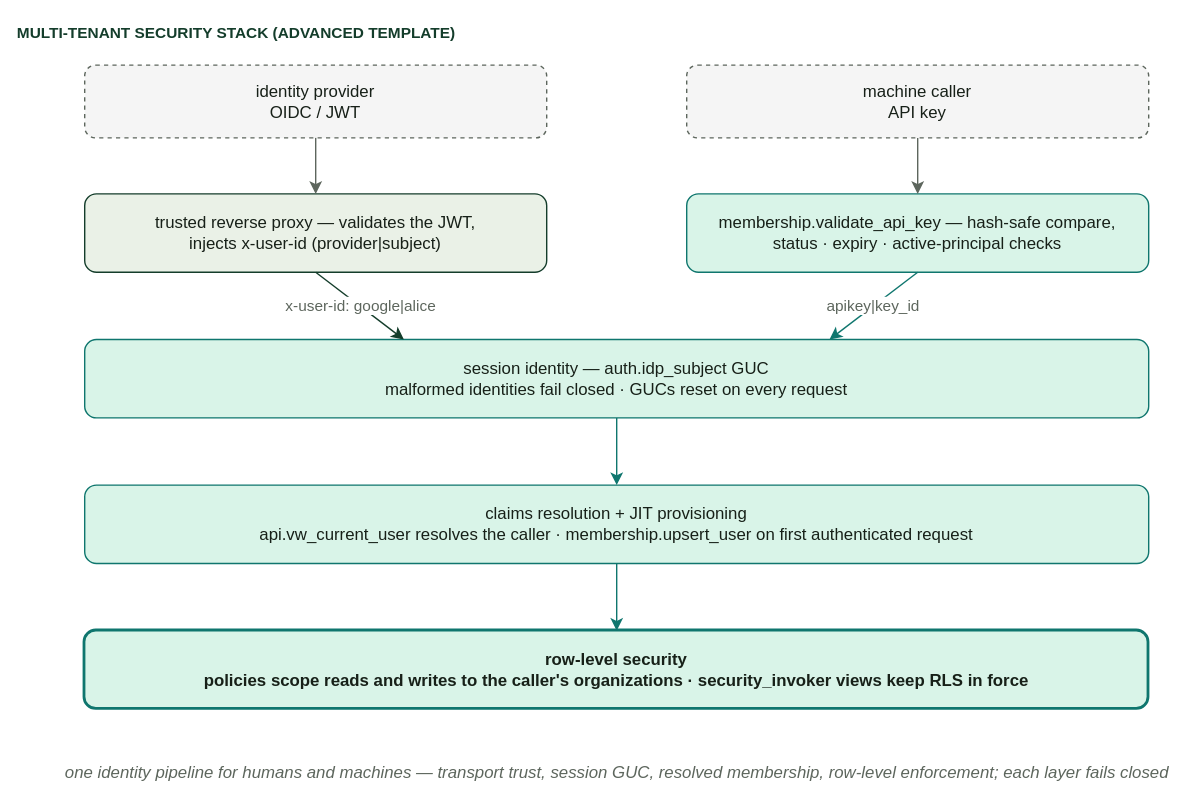
vvka-141/pgmi keeps this draw.io diagram as docs/diagrams/d13-security-stack.drawio.svg. Above is the earlier version. Source tidied: cells renumbered, new cells last; positions are measured from the earlier drawing's top-left corner, leaving out a move shared by most shapes. Its diagram source:
```xml
<mxGraphModel background="#fbfaf7">
  <root>
    <mxCell id="0" />
    <mxCell id="1" parent="0" />
    <mxCell id="2" value="MULTI-TENANT SECURITY STACK (ADVANCED TEMPLATE)" style="text;html=1;align=left;fontStyle=1;fontSize=11;fontColor=#143d2b;" parent="1" vertex="1">
      <mxGeometry width="420" height="20" as="geometry" />
    </mxCell>
    <mxCell id="3" value="identity provider&#10;OIDC / JWT" style="rounded=1;whiteSpace=wrap;html=1;fillColor=#f5f5f5;strokeColor=#5d665d;dashed=1;fontColor=#172018;fontSize=12;" parent="1" vertex="1">
      <mxGeometry x="50" y="36" width="330" height="52" as="geometry" />
    </mxCell>
    <mxCell id="4" value="machine caller&#10;API key" style="rounded=1;whiteSpace=wrap;html=1;fillColor=#f5f5f5;strokeColor=#5d665d;dashed=1;fontColor=#172018;fontSize=12;" parent="1" vertex="1">
      <mxGeometry x="480" y="36" width="330" height="52" as="geometry" />
    </mxCell>
    <mxCell id="5" value="trusted reverse proxy — validates the JWT,&#10;injects x-user-id (provider|subject)" style="rounded=1;whiteSpace=wrap;html=1;fillColor=#eaf1e7;strokeColor=#143d2b;fontColor=#172018;fontSize=12;" parent="1" vertex="1">
      <mxGeometry x="50" y="128" width="330" height="56" as="geometry" />
    </mxCell>
    <mxCell id="6" value="membership.validate_api_key — hash-safe compare,&#10;status · expiry · active-principal checks" style="rounded=1;whiteSpace=wrap;html=1;fillColor=#d9f4e8;strokeColor=#0f766e;fontColor=#172018;fontSize=12;" parent="1" vertex="1">
      <mxGeometry x="480" y="128" width="330" height="56" as="geometry" />
    </mxCell>
    <mxCell id="7" value="session identity — auth.idp_subject GUC&#10;malformed identities fail closed · GUCs reset on every request" style="rounded=1;whiteSpace=wrap;html=1;fillColor=#d9f4e8;strokeColor=#0f766e;fontColor=#172018;fontSize=12;" parent="1" vertex="1">
      <mxGeometry x="50" y="232" width="760" height="56" as="geometry" />
    </mxCell>
    <mxCell id="8" value="claims resolution + JIT provisioning&#10;api.vw_current_user resolves the caller · membership.upsert_user on first authenticated request" style="rounded=1;whiteSpace=wrap;html=1;fillColor=#d9f4e8;strokeColor=#0f766e;fontColor=#172018;fontSize=12;" parent="1" vertex="1">
      <mxGeometry x="50" y="336" width="760" height="56" as="geometry" />
    </mxCell>
    <mxCell id="9" value="row-level security&#10;policies scope reads and writes to the caller's organizations · security_invoker views keep RLS in force" style="rounded=1;whiteSpace=wrap;html=1;fillColor=#d9f4e8;strokeColor=#0f766e;strokeWidth=2;fontColor=#172018;fontStyle=1;fontSize=12;" parent="1" vertex="1">
      <mxGeometry x="50" y="440" width="760" height="56" as="geometry" />
    </mxCell>
    <mxCell id="10" style="html=1;endArrow=classic;strokeColor=#5d665d;exitX=0.5;exitY=1;entryX=0.5;entryY=0;" parent="1" edge="1" source="3" target="5">
      <mxGeometry relative="1" as="geometry" />
    </mxCell>
    <mxCell id="11" style="html=1;endArrow=classic;strokeColor=#5d665d;exitX=0.5;exitY=1;entryX=0.5;entryY=0;" parent="1" edge="1" source="4" target="6">
      <mxGeometry relative="1" as="geometry" />
    </mxCell>
    <mxCell id="12" value="x-user-id: google|alice" style="html=1;endArrow=classic;strokeColor=#143d2b;fontColor=#5d665d;fontSize=11;exitX=0.5;exitY=1;entryX=0.3;entryY=0;" parent="1" edge="1" source="5" target="7">
      <mxGeometry relative="1" as="geometry" />
    </mxCell>
    <mxCell id="13" value="apikey|key_id" style="html=1;endArrow=classic;strokeColor=#0f766e;fontColor=#5d665d;fontSize=11;exitX=0.5;exitY=1;entryX=0.7;entryY=0;" parent="1" edge="1" source="6" target="7">
      <mxGeometry relative="1" as="geometry" />
    </mxCell>
    <mxCell id="14" style="html=1;endArrow=classic;strokeColor=#0f766e;exitX=0.5;exitY=1;entryX=0.5;entryY=0;" parent="1" edge="1" source="7" target="8">
      <mxGeometry relative="1" as="geometry" />
    </mxCell>
    <mxCell id="15" style="html=1;endArrow=classic;strokeColor=#0f766e;exitX=0.5;exitY=1;entryX=0.5;entryY=0;" parent="1" edge="1" source="8" target="9">
      <mxGeometry relative="1" as="geometry" />
    </mxCell>
    <mxCell id="16" value="one identity pipeline for humans and machines — transport trust, session GUC, resolved membership, row-level enforcement; each layer fails closed" style="text;html=1;align=center;fontStyle=2;fontSize=12;fontColor=#5d665d;" parent="1" vertex="1">
      <mxGeometry x="50" y="528" width="760" height="20" as="geometry" />
    </mxCell>
  </root>
</mxGraphModel>
```
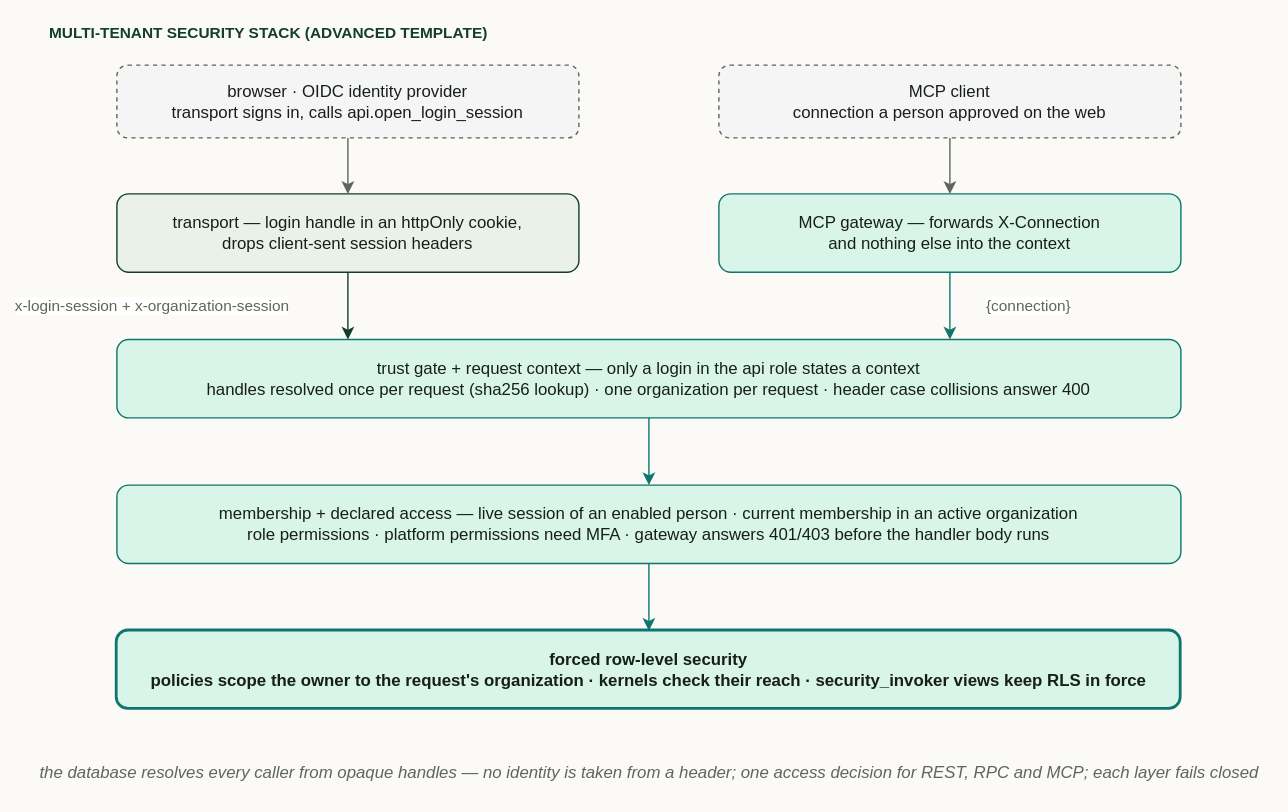
After the commit.

Diff of the diagram source:
```diff
@@ -5,46 +5,50 @@
     <mxCell id="2" value="MULTI-TENANT SECURITY STACK (ADVANCED TEMPLATE)" style="text;html=1;align=left;fontStyle=1;fontSize=11;fontColor=#143d2b;" parent="1" vertex="1">
       <mxGeometry width="420" height="20" as="geometry" />
     </mxCell>
-    <mxCell id="3" value="identity provider&#10;OIDC / JWT" style="rounded=1;whiteSpace=wrap;html=1;fillColor=#f5f5f5;strokeColor=#5d665d;dashed=1;fontColor=#172018;fontSize=12;" parent="1" vertex="1">
+    <mxCell id="3" value="browser · OIDC identity provider&#10;transport signs in, calls api.open_login_session" style="rounded=1;whiteSpace=wrap;html=1;fillColor=#f5f5f5;strokeColor=#5d665d;dashed=1;fontColor=#172018;fontSize=12;" parent="1" vertex="1">
       <mxGeometry x="50" y="36" width="330" height="52" as="geometry" />
     </mxCell>
-    <mxCell id="4" value="machine caller&#10;API key" style="rounded=1;whiteSpace=wrap;html=1;fillColor=#f5f5f5;strokeColor=#5d665d;dashed=1;fontColor=#172018;fontSize=12;" parent="1" vertex="1">
+    <mxCell id="4" value="MCP client&#10;connection a person approved on the web" style="rounded=1;whiteSpace=wrap;html=1;fillColor=#f5f5f5;strokeColor=#5d665d;dashed=1;fontColor=#172018;fontSize=12;" parent="1" vertex="1">
       <mxGeometry x="480" y="36" width="330" height="52" as="geometry" />
     </mxCell>
-    <mxCell id="5" value="trusted reverse proxy — validates the JWT,&#10;injects x-user-id (provider|subject)" style="rounded=1;whiteSpace=wrap;html=1;fillColor=#eaf1e7;strokeColor=#143d2b;fontColor=#172018;fontSize=12;" parent="1" vertex="1">
+    <mxCell id="5" value="transport — login handle in an httpOnly cookie,&#10;drops client-sent session headers" style="rounded=1;whiteSpace=wrap;html=1;fillColor=#eaf1e7;strokeColor=#143d2b;fontColor=#172018;fontSize=12;" parent="1" vertex="1">
       <mxGeometry x="50" y="128" width="330" height="56" as="geometry" />
     </mxCell>
-    <mxCell id="6" value="membership.validate_api_key — hash-safe compare,&#10;status · expiry · active-principal checks" style="rounded=1;whiteSpace=wrap;html=1;fillColor=#d9f4e8;strokeColor=#0f766e;fontColor=#172018;fontSize=12;" parent="1" vertex="1">
+    <mxCell id="6" value="MCP gateway — forwards X-Connection&#10;and nothing else into the context" style="rounded=1;whiteSpace=wrap;html=1;fillColor=#d9f4e8;strokeColor=#0f766e;fontColor=#172018;fontSize=12;" parent="1" vertex="1">
       <mxGeometry x="480" y="128" width="330" height="56" as="geometry" />
     </mxCell>
-    <mxCell id="7" value="session identity — auth.idp_subject GUC&#10;malformed identities fail closed · GUCs reset on every request" style="rounded=1;whiteSpace=wrap;html=1;fillColor=#d9f4e8;strokeColor=#0f766e;fontColor=#172018;fontSize=12;" parent="1" vertex="1">
+    <mxCell id="7" value="trust gate + request context — only a login in the api role states a context&#10;handles resolved once per request (sha256 lookup) · one organization per request · header case collisions answer 400" style="rounded=1;whiteSpace=wrap;html=1;fillColor=#d9f4e8;strokeColor=#0f766e;fontColor=#172018;fontSize=12;" parent="1" vertex="1">
       <mxGeometry x="50" y="232" width="760" height="56" as="geometry" />
     </mxCell>
-    <mxCell id="8" value="claims resolution + JIT provisioning&#10;api.vw_current_user resolves the caller · membership.upsert_user on first authenticated request" style="rounded=1;whiteSpace=wrap;html=1;fillColor=#d9f4e8;strokeColor=#0f766e;fontColor=#172018;fontSize=12;" parent="1" vertex="1">
+    <mxCell id="8" value="membership + declared access — live session of an enabled person · current membership in an active organization&#10;role permissions · platform permissions need MFA · gateway answers 401/403 before the handler body runs" style="rounded=1;whiteSpace=wrap;html=1;fillColor=#d9f4e8;strokeColor=#0f766e;fontColor=#172018;fontSize=12;" parent="1" vertex="1">
       <mxGeometry x="50" y="336" width="760" height="56" as="geometry" />
     </mxCell>
-    <mxCell id="9" value="row-level security&#10;policies scope reads and writes to the caller's organizations · security_invoker views keep RLS in force" style="rounded=1;whiteSpace=wrap;html=1;fillColor=#d9f4e8;strokeColor=#0f766e;strokeWidth=2;fontColor=#172018;fontStyle=1;fontSize=12;" parent="1" vertex="1">
+    <mxCell id="9" value="forced row-level security&#10;policies scope the owner to the request's organization · kernels check their reach · security_invoker views keep RLS in force" style="rounded=1;whiteSpace=wrap;html=1;fillColor=#d9f4e8;strokeColor=#0f766e;strokeWidth=2;fontColor=#172018;fontStyle=1;fontSize=12;" parent="1" vertex="1">
       <mxGeometry x="50" y="440" width="760" height="56" as="geometry" />
     </mxCell>
-    <mxCell id="10" style="html=1;endArrow=classic;strokeColor=#5d665d;exitX=0.5;exitY=1;entryX=0.5;entryY=0;" parent="1" edge="1" source="3" target="5">
+    <mxCell id="10" style="edgeStyle=orthogonalEdgeStyle;rounded=1;html=1;endArrow=classic;strokeColor=#5d665d;exitX=0.5;exitY=1;entryX=0.5;entryY=0;" parent="1" edge="1" source="3" target="5">
       <mxGeometry relative="1" as="geometry" />
     </mxCell>
-    <mxCell id="11" style="html=1;endArrow=classic;strokeColor=#5d665d;exitX=0.5;exitY=1;entryX=0.5;entryY=0;" parent="1" edge="1" source="4" target="6">
+    <mxCell id="11" style="edgeStyle=orthogonalEdgeStyle;rounded=1;html=1;endArrow=classic;strokeColor=#5d665d;exitX=0.5;exitY=1;entryX=0.5;entryY=0;" parent="1" edge="1" source="4" target="6">
       <mxGeometry relative="1" as="geometry" />
     </mxCell>
-    <mxCell id="12" value="x-user-id: google|alice" style="html=1;endArrow=classic;strokeColor=#143d2b;fontColor=#5d665d;fontSize=11;exitX=0.5;exitY=1;entryX=0.3;entryY=0;" parent="1" edge="1" source="5" target="7">
-      <mxGeometry relative="1" as="geometry" />
+    <mxCell id="12" value="x-login-session + x-organization-session" style="edgeStyle=orthogonalEdgeStyle;rounded=1;html=1;endArrow=classic;strokeColor=#143d2b;fontColor=#5d665d;fontSize=11;exitX=0.5;exitY=1;entryX=0.2171;entryY=0;" parent="1" edge="1" source="5" target="7">
+      <mxGeometry relative="1" as="geometry">
+        <mxPoint x="-140" as="offset" />
+      </mxGeometry>
     </mxCell>
-    <mxCell id="13" value="apikey|key_id" style="html=1;endArrow=classic;strokeColor=#0f766e;fontColor=#5d665d;fontSize=11;exitX=0.5;exitY=1;entryX=0.7;entryY=0;" parent="1" edge="1" source="6" target="7">
-      <mxGeometry relative="1" as="geometry" />
+    <mxCell id="13" value="{connection}" style="edgeStyle=orthogonalEdgeStyle;rounded=1;html=1;endArrow=classic;strokeColor=#0f766e;fontColor=#5d665d;fontSize=11;exitX=0.5;exitY=1;entryX=0.7829;entryY=0;" parent="1" edge="1" source="6" target="7">
+      <mxGeometry relative="1" as="geometry">
+        <mxPoint x="56" as="offset" />
+      </mxGeometry>
     </mxCell>
-    <mxCell id="14" style="html=1;endArrow=classic;strokeColor=#0f766e;exitX=0.5;exitY=1;entryX=0.5;entryY=0;" parent="1" edge="1" source="7" target="8">
+    <mxCell id="14" style="edgeStyle=orthogonalEdgeStyle;rounded=1;html=1;endArrow=classic;strokeColor=#0f766e;exitX=0.5;exitY=1;entryX=0.5;entryY=0;" parent="1" edge="1" source="7" target="8">
       <mxGeometry relative="1" as="geometry" />
     </mxCell>
-    <mxCell id="15" style="html=1;endArrow=classic;strokeColor=#0f766e;exitX=0.5;exitY=1;entryX=0.5;entryY=0;" parent="1" edge="1" source="8" target="9">
+    <mxCell id="15" style="edgeStyle=orthogonalEdgeStyle;rounded=1;html=1;endArrow=classic;strokeColor=#0f766e;exitX=0.5;exitY=1;entryX=0.5;entryY=0;" parent="1" edge="1" source="8" target="9">
       <mxGeometry relative="1" as="geometry" />
     </mxCell>
-    <mxCell id="16" value="one identity pipeline for humans and machines — transport trust, session GUC, resolved membership, row-level enforcement; each layer fails closed" style="text;html=1;align=center;fontStyle=2;fontSize=12;fontColor=#5d665d;" parent="1" vertex="1">
+    <mxCell id="16" value="the database resolves every caller from opaque handles — no identity is taken from a header; one access decision for REST, RPC and MCP; each layer fails closed" style="text;html=1;align=center;fontStyle=2;fontSize=12;fontColor=#5d665d;" parent="1" vertex="1">
       <mxGeometry x="50" y="528" width="760" height="20" as="geometry" />
     </mxCell>
   </root>
```
